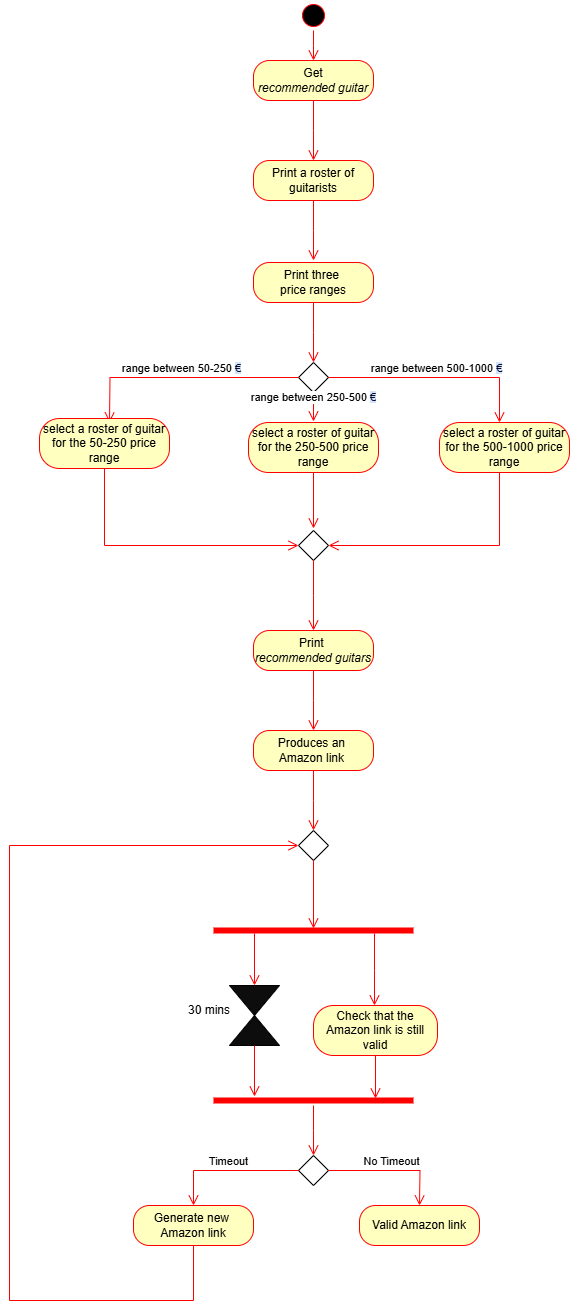
Earlier version of the draw.io export ActivityDiagramM.drawio.png (TizianoLilli/ISPW-Project). Source tidied: cells renumbered, new cells last; positions are measured from the earlier drawing's top-left corner, leaving out a move shared by most shapes.
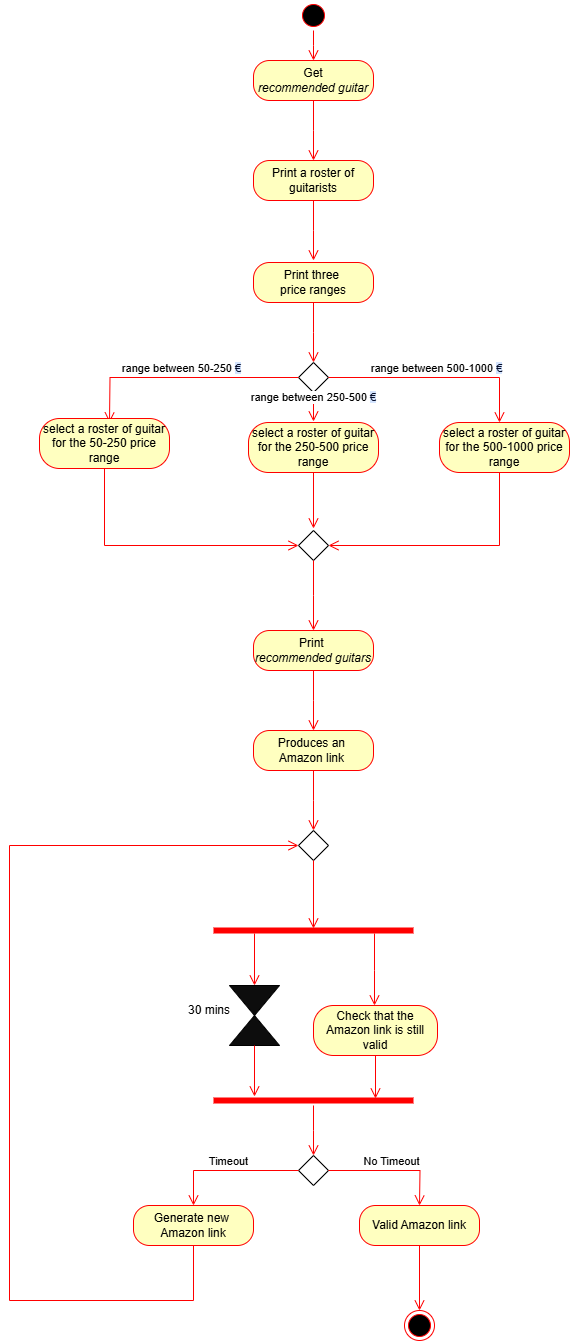
Later version of the same file.

Diff of the diagram source:
```diff
@@ -181,5 +181,11 @@
     <mxCell id="44" style="edgeStyle=orthogonalEdgeStyle;html=1;verticalAlign=bottom;endArrow=open;endSize=8;strokeColor=#ff0000;rounded=0;entryX=0.5;entryY=0.3;entryDx=0;entryDy=0;entryPerimeter=0;exitX=0.5;exitY=1;exitDx=0;exitDy=0;" parent="1" edge="1" source="43" target="26">
       <mxGeometry relative="1" as="geometry" />
     </mxCell>
+    <mxCell id="45" style="ellipse;html=1;shape=endState;fillColor=#000000;strokeColor=#ff0000;" parent="1" vertex="1">
+      <mxGeometry x="395" y="1310" width="30" height="30" as="geometry" />
+    </mxCell>
+    <mxCell id="46" style="edgeStyle=orthogonalEdgeStyle;html=1;verticalAlign=bottom;endArrow=open;endSize=8;strokeColor=#ff0000;rounded=0;entryX=0.5;entryY=0;entryDx=0;entryDy=0;exitX=0.5;exitY=1;exitDx=0;exitDy=0;" parent="1" edge="1" source="39" target="45">
+      <mxGeometry relative="1" as="geometry" />
+    </mxCell>
   </root>
 </mxGraphModel>
```
